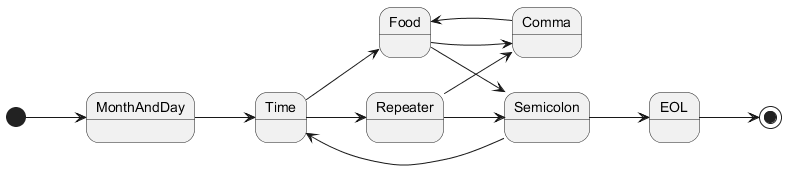
Earlier version of the PlantUML export Documentation/diagram_001.png (asison19/food-interpreter). The source it was exported from:
```plantuml
@startuml

left to right direction

[*] --> MonthAndDay
MonthAndDay --> Time
Time --> Food
Time --> Repeater
Food --> Comma
Food --> Semicolon
Repeater --> Semicolon
Repeater --> Comma
Comma --> Food
Semicolon --> Time
Semicolon --> EOL
EOL --> [*]

@enduml
```
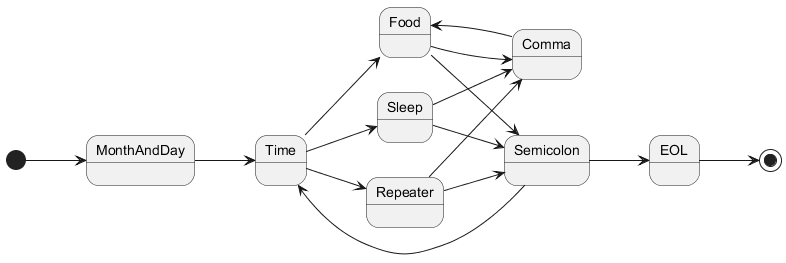
The same file after the commit.

What changed in the source:
```diff
@@ -3,16 +3,27 @@
 left to right direction
 
 [*] --> MonthAndDay
+
 MonthAndDay --> Time
+
 Time --> Food
 Time --> Repeater
+Time --> Sleep
+
 Food --> Comma
 Food --> Semicolon
+
 Repeater --> Semicolon
 Repeater --> Comma
+
+Sleep --> Comma
+Sleep --> Semicolon
+
 Comma --> Food
+
 Semicolon --> Time
 Semicolon --> EOL
+
 EOL --> [*]
 
 @enduml
```
